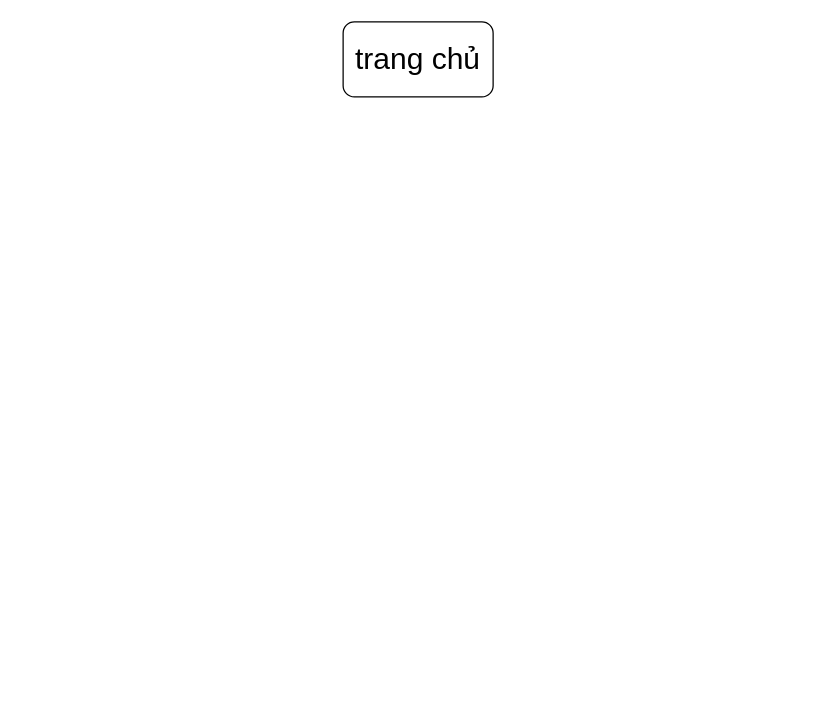
The draw.io diagram sitemap.drawio in december31/Big_Project, before the edit. Source tidied: cells renumbered, new cells numbered last; positions are measured from the earlier drawing's top-left corner, leaving out a move shared by most shapes. Both pictures are drawn from the tidied source at 125%, with x=0, y=0 at pixel (342, 21).
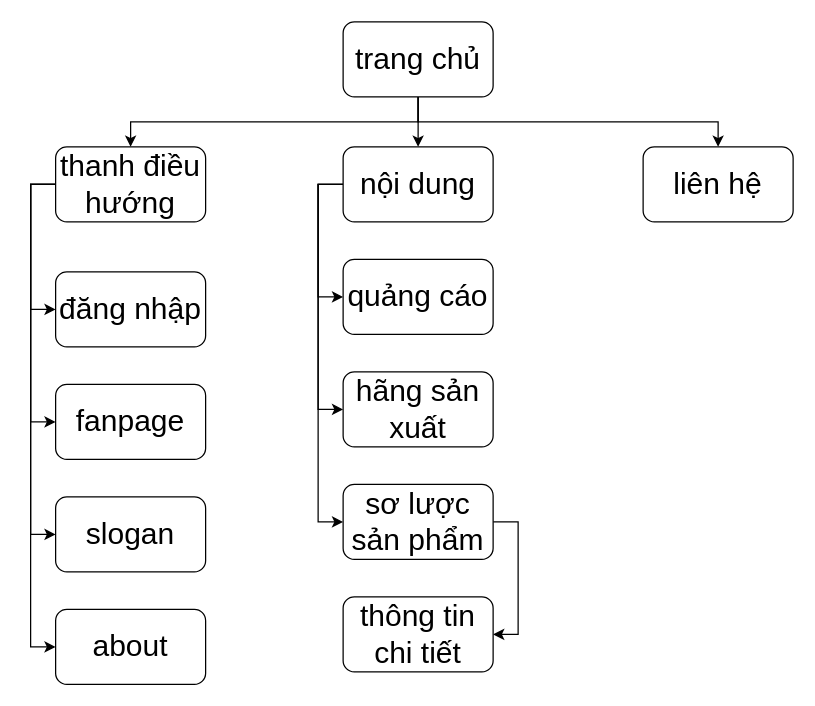
The same page after the edit.

Unchanged cells that the change refers to:
```xml
<mxCell id="2" value="&lt;span style=&quot;font-size: 24px&quot;&gt;trang chủ&lt;/span&gt;" style="rounded=1;whiteSpace=wrap;html=1;" parent="1" vertex="1">
  <mxGeometry width="120" height="60" as="geometry" />
</mxCell>
```

What changed in the source:
```diff
@@
+    <mxCell id="3" style="edgeStyle=orthogonalEdgeStyle;rounded=0;jettySize=auto;html=1;entryX=0.5;entryY=0;entryDx=0;entryDy=0;fontSize=24;exitX=0.5;exitY=1;exitDx=0;exitDy=0;" parent="1" edge="1" source="2" target="10">
+      <mxGeometry relative="1" as="geometry" />
+    </mxCell>
+    <mxCell id="4" style="edgeStyle=orthogonalEdgeStyle;rounded=0;jettySize=auto;html=1;entryX=0.5;entryY=0;entryDx=0;entryDy=0;fontSize=24;" parent="1" edge="1" source="2" target="17">
+      <mxGeometry relative="1" as="geometry" />
+    </mxCell>
+    <mxCell id="5" style="edgeStyle=orthogonalEdgeStyle;rounded=0;jettySize=auto;html=1;fontSize=24;exitX=0.5;exitY=1;exitDx=0;exitDy=0;" parent="1" edge="1" source="2" target="22">
+      <mxGeometry relative="1" as="geometry" />
+    </mxCell>
@@
+    <mxCell id="6" style="edgeStyle=orthogonalEdgeStyle;rounded=0;jettySize=auto;html=1;entryX=0;entryY=0.5;entryDx=0;entryDy=0;fontSize=24;exitX=0;exitY=0.5;exitDx=0;exitDy=0;" parent="1" edge="1" source="10" target="11">
+      <mxGeometry relative="1" as="geometry" />
+    </mxCell>
+    <mxCell id="7" style="edgeStyle=orthogonalEdgeStyle;rounded=0;jettySize=auto;html=1;entryX=0;entryY=0.5;entryDx=0;entryDy=0;fontSize=24;exitX=0;exitY=0.5;exitDx=0;exitDy=0;" parent="1" edge="1" source="10" target="12">
+      <mxGeometry relative="1" as="geometry" />
+    </mxCell>
+    <mxCell id="8" style="edgeStyle=orthogonalEdgeStyle;rounded=0;jettySize=auto;html=1;fontSize=24;entryX=0;entryY=0.5;entryDx=0;entryDy=0;exitX=0;exitY=0.5;exitDx=0;exitDy=0;" parent="1" edge="1" source="10" target="13">
+      <mxGeometry relative="1" as="geometry" />
+    </mxCell>
+    <mxCell id="9" style="edgeStyle=orthogonalEdgeStyle;rounded=0;jettySize=auto;html=1;fontSize=24;entryX=0;entryY=0.5;entryDx=0;entryDy=0;exitX=0;exitY=0.5;exitDx=0;exitDy=0;" parent="1" edge="1" source="10" target="23">
+      <mxGeometry relative="1" as="geometry" />
+    </mxCell>
+    <mxCell id="10" value="&lt;span style=&quot;font-size: 24px&quot;&gt;thanh điều hướng&lt;/span&gt;" style="rounded=1;whiteSpace=wrap;html=1;" parent="1" vertex="1">
+      <mxGeometry x="-230" y="100" width="120" height="60" as="geometry" />
+    </mxCell>
+    <mxCell id="11" value="đăng nhập" style="rounded=1;whiteSpace=wrap;html=1;fontSize=24;" parent="1" vertex="1">
+      <mxGeometry x="-230" y="200" width="120" height="60" as="geometry" />
+    </mxCell>
+    <mxCell id="12" value="fanpage" style="rounded=1;whiteSpace=wrap;html=1;fontSize=24;" parent="1" vertex="1">
+      <mxGeometry x="-230" y="290" width="120" height="60" as="geometry" />
+    </mxCell>
+    <mxCell id="13" value="slogan" style="rounded=1;whiteSpace=wrap;html=1;fontSize=24;" parent="1" vertex="1">
+      <mxGeometry x="-230" y="380" width="120" height="60" as="geometry" />
+    </mxCell>
+    <mxCell id="14" style="edgeStyle=orthogonalEdgeStyle;rounded=0;jettySize=auto;html=1;entryX=0;entryY=0.5;entryDx=0;entryDy=0;fontSize=24;exitX=0;exitY=0.5;exitDx=0;exitDy=0;" parent="1" edge="1" source="17" target="18">
+      <mxGeometry relative="1" as="geometry" />
+    </mxCell>
+    <mxCell id="15" style="edgeStyle=orthogonalEdgeStyle;rounded=0;jettySize=auto;html=1;entryX=0;entryY=0.5;entryDx=0;entryDy=0;fontSize=24;exitX=0;exitY=0.5;exitDx=0;exitDy=0;" parent="1" edge="1" source="17" target="19">
+      <mxGeometry relative="1" as="geometry" />
+    </mxCell>
+    <mxCell id="16" style="edgeStyle=orthogonalEdgeStyle;rounded=0;jettySize=auto;html=1;entryX=0;entryY=0.5;entryDx=0;entryDy=0;fontSize=24;exitX=0;exitY=0.5;exitDx=0;exitDy=0;" parent="1" edge="1" source="17" target="21">
+      <mxGeometry relative="1" as="geometry" />
+    </mxCell>
+    <mxCell id="17" value="&lt;span style=&quot;font-size: 24px&quot;&gt;nội dung&lt;/span&gt;" style="rounded=1;whiteSpace=wrap;html=1;" parent="1" vertex="1">
+      <mxGeometry y="100" width="120" height="60" as="geometry" />
+    </mxCell>
+    <mxCell id="18" value="&lt;span style=&quot;font-size: 24px&quot;&gt;quảng cáo&lt;/span&gt;" style="rounded=1;whiteSpace=wrap;html=1;" parent="1" vertex="1">
+      <mxGeometry y="190" width="120" height="60" as="geometry" />
+    </mxCell>
+    <mxCell id="19" value="&lt;span style=&quot;font-size: 24px&quot;&gt;hãng sản xuất&lt;/span&gt;" style="rounded=1;whiteSpace=wrap;html=1;" parent="1" vertex="1">
+      <mxGeometry y="280" width="120" height="60" as="geometry" />
+    </mxCell>
+    <mxCell id="20" style="edgeStyle=orthogonalEdgeStyle;rounded=0;jettySize=auto;html=1;fontSize=24;exitX=1;exitY=0.5;exitDx=0;exitDy=0;entryX=1;entryY=0.5;entryDx=0;entryDy=0;" parent="1" edge="1" source="21" target="24">
+      <mxGeometry relative="1" as="geometry" />
+    </mxCell>
+    <mxCell id="21" value="&lt;span style=&quot;font-size: 24px&quot;&gt;sơ lược sản phẩm&lt;/span&gt;" style="rounded=1;whiteSpace=wrap;html=1;" parent="1" vertex="1">
+      <mxGeometry y="370" width="120" height="60" as="geometry" />
+    </mxCell>
+    <mxCell id="22" value="&lt;span style=&quot;font-size: 24px&quot;&gt;liên hệ&lt;/span&gt;" style="whiteSpace=wrap;html=1;rounded=1;" parent="1" vertex="1">
+      <mxGeometry x="240" y="100" width="120" height="60" as="geometry" />
+    </mxCell>
+    <mxCell id="23" value="about" style="rounded=1;whiteSpace=wrap;html=1;fontSize=24;" parent="1" vertex="1">
+      <mxGeometry x="-230" y="470" width="120" height="60" as="geometry" />
+    </mxCell>
+    <mxCell id="24" value="&lt;span style=&quot;font-size: 24px&quot;&gt;thông tin chi tiết&lt;/span&gt;" style="whiteSpace=wrap;html=1;rounded=1;" parent="1" vertex="1">
+      <mxGeometry y="460" width="120" height="60" as="geometry" />
+    </mxCell>
```
